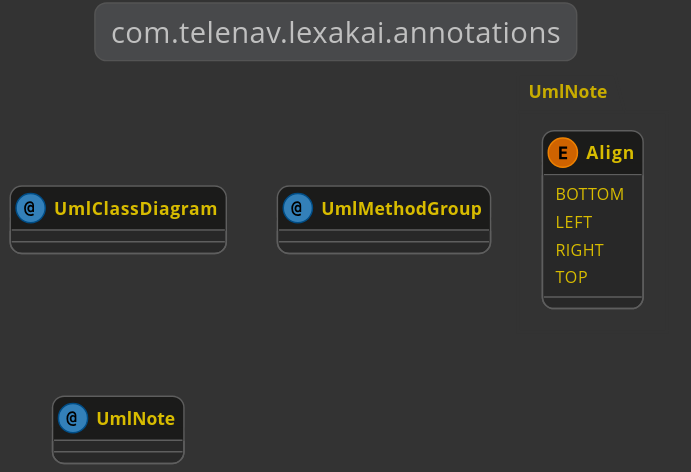
This is documentation/diagrams/com.telenav.lexakai.annotations.svg from Telenav/lexakai-annotations, a PlantUML export, as it was before one commit. Source of this version:
```plantuml
@startuml

    !include ../lexakai/lexakai.theme

    title "com.telenav.lexakai.annotations"

    enum UmlNote.Align
    {
        BOTTOM
        LEFT
        RIGHT
        TOP
    }

    annotation UmlClassDiagram

    annotation UmlMethodGroup

    annotation UmlNote

@enduml
```
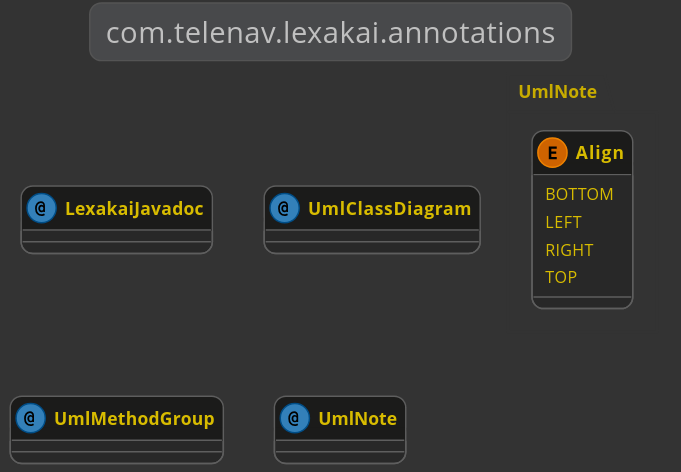
The same file after the commit.

What changed in the source:
```diff
@@ -12,6 +12,8 @@
         TOP
     }
 
+    annotation LexakaiJavadoc
+
     annotation UmlClassDiagram
 
     annotation UmlMethodGroup
```
